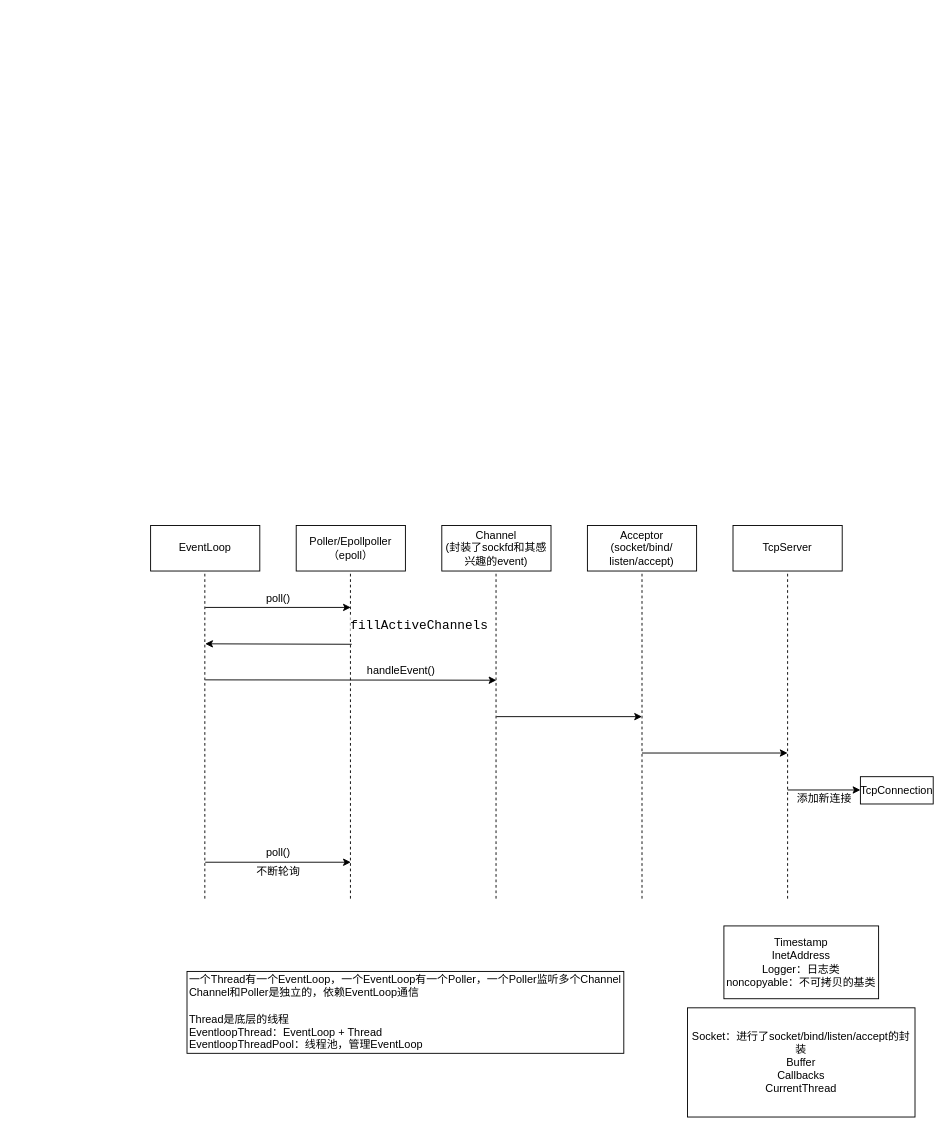
This is Untitled Diagram.drawio from princeh23/mymuduo, a draw.io file, before an edit. Source tidied: cells renumbered, new cells numbered last; positions are measured from the earlier drawing's top-left corner, leaving out a move shared by most shapes. Both pictures are drawn from the tidied source at 91%, with x=0, y=0 at pixel (150, 525).
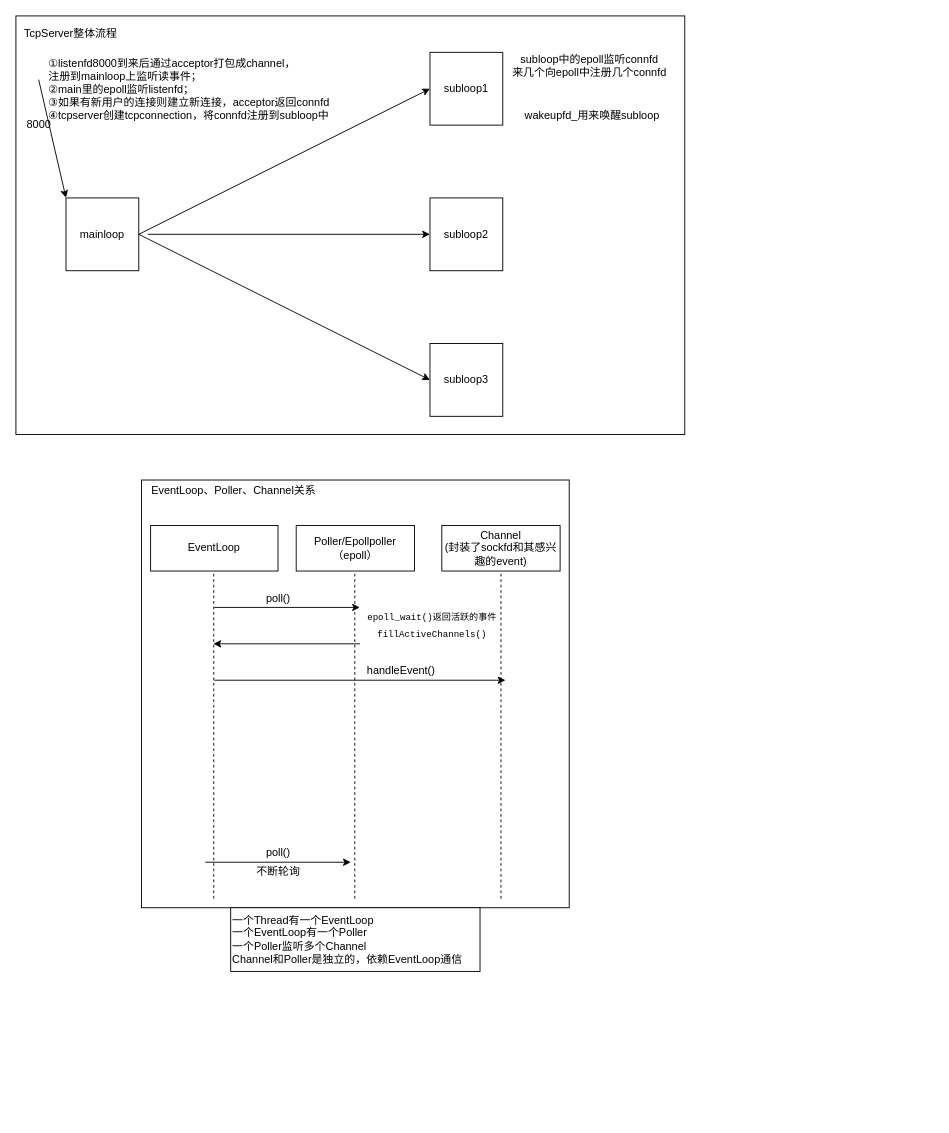
Above is the later version.

Change to the diagram source:
```diff
@@
+    <mxCell id="29" style="rounded=0;whiteSpace=wrap;html=1;" parent="1" vertex="1">
+      <mxGeometry x="-10" y="-50" width="470" height="470" as="geometry" />
+    </mxCell>
+    <mxCell id="28" value="&lt;div style=&quot;background-color: rgb(255 , 255 , 255) ; font-family: &amp;#34;consolas&amp;#34; , &amp;#34;courier new&amp;#34; , monospace ; line-height: 19px&quot;&gt;&lt;font style=&quot;font-size: 10px&quot;&gt;epoll_wait()返回活跃的事件&lt;/font&gt;&lt;/div&gt;&lt;div style=&quot;background-color: rgb(255 , 255 , 255) ; font-family: &amp;#34;consolas&amp;#34; , &amp;#34;courier new&amp;#34; , monospace ; line-height: 19px&quot;&gt;&lt;span style=&quot;font-size: 10px&quot;&gt;fillActiveChannels()&lt;/span&gt;&lt;/div&gt;" style="text;html=1;align=center;verticalAlign=middle;fillColor=none;strokeColor=none;rounded=0;" parent="1" vertex="1">
+      <mxGeometry x="219" y="90" width="180" height="40" as="geometry" />
+    </mxCell>
+    <mxCell id="30" style="rounded=0;whiteSpace=wrap;html=1;" parent="1" vertex="1">
+      <mxGeometry x="-148" y="-560" width="735" height="460" as="geometry" />
+    </mxCell>
     <mxCell id="2" value="EventLoop" style="rounded=0;whiteSpace=wrap;html=1;" parent="1" vertex="1">
-      <mxGeometry width="120" height="50" as="geometry" />
+      <mxGeometry width="140" height="50" as="geometry" />
     </mxCell>
     <mxCell id="3" value="Poller/Epollpoller（epoll）" style="rounded=0;whiteSpace=wrap;html=1;" parent="1" vertex="1">
-      <mxGeometry x="160" width="120" height="50" as="geometry" />
+      <mxGeometry x="160" width="130" height="50" as="geometry" />
     </mxCell>
     <mxCell id="4" value="Channel&lt;br&gt;(&lt;span style=&quot;background-color: rgb(255 , 255 , 255)&quot;&gt;&lt;font style=&quot;font-size: 12px&quot;&gt;封装了sockfd和其感兴趣的event&lt;/font&gt;&lt;/span&gt;&lt;span&gt;)&lt;/span&gt;" style="rounded=0;whiteSpace=wrap;html=1;" parent="1" vertex="1">
-      <mxGeometry x="320" width="120" height="50" as="geometry" />
+      <mxGeometry x="320" width="130" height="50" as="geometry" />
     </mxCell>
     <mxCell id="5" style="endArrow=none;dashed=1;html=1;rounded=0;entryX=0.5;entryY=1;entryDx=0;entryDy=0;" parent="1" edge="1">
       <mxGeometry relative="1" as="geometry">
-        <mxPoint x="379.6" y="410" as="sourcePoint" />
-        <mxPoint x="379.6" y="50" as="targetPoint" />
+        <mxPoint x="385" y="410" as="sourcePoint" />
+        <mxPoint x="385" y="50" as="targetPoint" />
       </mxGeometry>
     </mxCell>
     <mxCell id="6" style="endArrow=none;dashed=1;html=1;rounded=0;entryX=0.5;entryY=1;entryDx=0;entryDy=0;" parent="1" edge="1">
       <mxGeometry relative="1" as="geometry">
-        <mxPoint x="59.6" y="410" as="sourcePoint" />
-        <mxPoint x="59.6" y="50" as="targetPoint" />
+        <mxPoint x="69.4" y="410" as="sourcePoint" />
+        <mxPoint x="69.4" y="50" as="targetPoint" />
       </mxGeometry>
     </mxCell>
     <mxCell id="7" style="endArrow=none;dashed=1;html=1;rounded=0;entryX=0.5;entryY=1;entryDx=0;entryDy=0;" parent="1" edge="1">
       <mxGeometry relative="1" as="geometry">
-        <mxPoint x="219.6" y="410" as="sourcePoint" />
-        <mxPoint x="219.6" y="50" as="targetPoint" />
+        <mxPoint x="224.4" y="410" as="sourcePoint" />
+        <mxPoint x="224.4" y="50" as="targetPoint" />
       </mxGeometry>
     </mxCell>
     <mxCell id="8" style="endArrow=classic;html=1;rounded=0;" parent="1" edge="1">
       <mxGeometry relative="1" as="geometry">
-        <mxPoint x="60" y="90" as="sourcePoint" />
-        <mxPoint x="220" y="90" as="targetPoint" />
+        <mxPoint x="70" y="90" as="sourcePoint" />
+        <mxPoint x="230" y="90" as="targetPoint" />
       </mxGeometry>
     </mxCell>
@@
     <mxCell id="10" style="endArrow=classic;html=1;rounded=0;" parent="1" edge="1">
       <mxGeometry relative="1" as="geometry">
-        <mxPoint x="221" y="130.5" as="sourcePoint" />
-        <mxPoint x="60" y="130" as="targetPoint" />
+        <mxPoint x="230" y="130" as="sourcePoint" />
+        <mxPoint x="69" y="130" as="targetPoint" />
       </mxGeometry>
     </mxCell>
     <mxCell id="11" style="endArrow=classic;html=1;rounded=0;" parent="1" edge="1">
       <mxGeometry relative="1" as="geometry">
-        <mxPoint x="60" y="169.6" as="sourcePoint" />
-        <mxPoint x="380" y="170" as="targetPoint" />
+        <mxPoint x="70" y="170" as="sourcePoint" />
+        <mxPoint x="390" y="170" as="targetPoint" />
       </mxGeometry>
     </mxCell>
-    <mxCell id="12" value="Acceptor&lt;br&gt;(socket/bind/&lt;br&gt;listen/accept)" style="rounded=0;whiteSpace=wrap;html=1;" parent="1" vertex="1">
-      <mxGeometry x="480" width="120" height="50" as="geometry" />
-    </mxCell>
-    <mxCell id="13" style="endArrow=classic;html=1;rounded=0;" parent="1" edge="1">
-      <mxGeometry relative="1" as="geometry">
-        <mxPoint x="380" y="210" as="sourcePoint" />
-        <mxPoint x="540" y="210" as="targetPoint" />
-      </mxGeometry>
-    </mxCell>
-    <mxCell id="14" style="endArrow=none;dashed=1;html=1;rounded=0;entryX=0.5;entryY=1;entryDx=0;entryDy=0;" parent="1" edge="1">
-      <mxGeometry relative="1" as="geometry">
-        <mxPoint x="540" y="410" as="sourcePoint" />
-        <mxPoint x="540" y="50" as="targetPoint" />
-      </mxGeometry>
-    </mxCell>
-    <mxCell id="15" value="TcpServer" style="rounded=0;whiteSpace=wrap;html=1;" parent="1" vertex="1">
-      <mxGeometry x="640" width="120" height="50" as="geometry" />
-    </mxCell>
-    <mxCell id="16" style="endArrow=none;dashed=1;html=1;rounded=0;entryX=0.5;entryY=1;entryDx=0;entryDy=0;" parent="1" edge="1">
-      <mxGeometry relative="1" as="geometry">
-        <mxPoint x="700" y="410" as="sourcePoint" />
-        <mxPoint x="700" y="50" as="targetPoint" />
-      </mxGeometry>
-    </mxCell>
@@
-    <mxCell id="20" style="endArrow=classic;html=1;rounded=0;" parent="1" edge="1">
-      <mxGeometry relative="1" as="geometry">
-        <mxPoint x="540" y="250" as="sourcePoint" />
-        <mxPoint x="700" y="250" as="targetPoint" />
-      </mxGeometry>
-    </mxCell>
-    <mxCell id="21" style="endArrow=classic;html=1;rounded=0;" parent="1" edge="1">
-      <mxGeometry relative="1" as="geometry">
-        <mxPoint x="700" y="290.6" as="sourcePoint" />
-        <mxPoint x="780" y="290.6" as="targetPoint" />
-      </mxGeometry>
-    </mxCell>
-    <mxCell id="22" value="TcpConnection" style="rounded=0;whiteSpace=wrap;html=1;" parent="1" vertex="1">
-      <mxGeometry x="780" y="276" width="80" height="30" as="geometry" />
-    </mxCell>
-    <mxCell id="23" value="添加新连接" style="text;html=1;align=center;verticalAlign=middle;fillColor=none;strokeColor=none;rounded=0;" parent="1" vertex="1">
-      <mxGeometry x="700" y="290" width="80" height="20" as="geometry" />
-    </mxCell>
-    <mxCell id="24" value="Timestamp&lt;br&gt;InetAddress&lt;br&gt;Logger：日志类&lt;br&gt;noncopyable：不可拷贝的基类" style="rounded=0;whiteSpace=wrap;html=1;" parent="1" vertex="1">
-      <mxGeometry x="630" y="440" width="170" height="80" as="geometry" />
-    </mxCell>
@@
-    <mxCell id="26" value="Socket：进行了socket/bind/listen/accept的封装&lt;br&gt;Buffer&lt;br&gt;Callbacks&lt;br&gt;CurrentThread" style="rounded=0;whiteSpace=wrap;html=1;" parent="1" vertex="1">
-      <mxGeometry x="590" y="530" width="250" height="120" as="geometry" />
-    </mxCell>
-    <mxCell id="27" value="&lt;div style=&quot;text-align: left&quot;&gt;&lt;span&gt;一个Thread有一个EventLoop，一个EventLoop有一个Poller，一个Poller监听多个Channel&lt;/span&gt;&lt;/div&gt;&lt;div style=&quot;text-align: left&quot;&gt;&lt;span&gt;Channel和Poller是独立的，依赖EventLoop通信&lt;/span&gt;&lt;/div&gt;&lt;div style=&quot;text-align: left&quot;&gt;&lt;span&gt;&lt;br&gt;&lt;/span&gt;&lt;/div&gt;&lt;div style=&quot;text-align: left&quot;&gt;Thread是底层的线程&lt;/div&gt;&lt;div style=&quot;text-align: left&quot;&gt;EventloopThread：EventLoop + Thread&amp;nbsp;&lt;/div&gt;&lt;div style=&quot;text-align: left&quot;&gt;EventloopThreadPool：线程池，管理EventLoop&lt;/div&gt;" style="rounded=0;whiteSpace=wrap;html=1;" parent="1" vertex="1">
-      <mxGeometry x="40" y="490" width="480" height="90" as="geometry" />
+    <mxCell id="27" value="&lt;div&gt;&lt;span&gt;一个Thread有一个EventLoop&lt;/span&gt;&lt;/div&gt;&lt;div&gt;&lt;span&gt;一个EventLoop有一个Poller&lt;/span&gt;&lt;/div&gt;&lt;div&gt;&lt;span&gt;一个Poller监听多个Channel&lt;/span&gt;&lt;/div&gt;&lt;div&gt;&lt;span&gt;Channel和Poller是独立的，依赖EventLoop通信&lt;/span&gt;&lt;/div&gt;" style="rounded=0;whiteSpace=wrap;html=1;align=left;" parent="1" vertex="1">
+      <mxGeometry x="88" y="420" width="274" height="70" as="geometry" />
     </mxCell>
-    <mxCell id="28" value="&lt;div style=&quot;background-color: rgb(255 , 255 , 255) ; font-family: &amp;#34;consolas&amp;#34; , &amp;#34;courier new&amp;#34; , monospace ; font-size: 14px ; line-height: 19px&quot;&gt;fillActiveChannels&lt;/div&gt;" style="text;html=1;align=center;verticalAlign=middle;fillColor=none;strokeColor=none;rounded=0;" parent="1" vertex="1">
-      <mxGeometry x="220" y="100" width="150" height="20" as="geometry" />
-    </mxCell>
+    <mxCell id="31" value="TcpServer整体流程" style="text;html=1;align=center;verticalAlign=middle;fillColor=none;strokeColor=none;rounded=0;" parent="1" vertex="1">
+      <mxGeometry x="-148" y="-550" width="120" height="20" as="geometry" />
+    </mxCell>
+    <mxCell id="32" value="mainloop" style="whiteSpace=wrap;html=1;" parent="1" vertex="1">
+      <mxGeometry x="-93" y="-360" width="80" height="80" as="geometry" />
+    </mxCell>
+    <mxCell id="33" value="subloop1" style="whiteSpace=wrap;html=1;" parent="1" vertex="1">
+      <mxGeometry x="307" y="-520" width="80" height="80" as="geometry" />
+    </mxCell>
+    <mxCell id="34" style="endArrow=classic;html=1;rounded=0;entryX=0;entryY=0;entryDx=0;entryDy=0;" parent="1" edge="1" target="32">
+      <mxGeometry relative="1" as="geometry">
+        <mxPoint x="-123" y="-490" as="sourcePoint" />
+      </mxGeometry>
+    </mxCell>
+    <mxCell id="35" value="①listenfd8000到来后通过acceptor打包成channel，&lt;br&gt;注册到mainloop上监听读事件；&lt;br&gt;②main里的epoll监听listenfd；&lt;br&gt;③如果有新用户的连接则建立新连接，acceptor返回connfd&lt;br&gt;④tcpserver创建tcpconnection，将connfd注册到subloop中" style="text;html=1;align=left;verticalAlign=middle;strokeColor=none;fillColor=none;" parent="1" vertex="1">
+      <mxGeometry x="-114" y="-519" width="330" height="80" as="geometry" />
+    </mxCell>
+    <mxCell id="36" value="subloop2&lt;br&gt;" style="whiteSpace=wrap;html=1;" parent="1" vertex="1">
+      <mxGeometry x="307" y="-360" width="80" height="80" as="geometry" />
+    </mxCell>
+    <mxCell id="37" value="subloop3&lt;br&gt;" style="whiteSpace=wrap;html=1;" parent="1" vertex="1">
+      <mxGeometry x="307" y="-200" width="80" height="80" as="geometry" />
+    </mxCell>
+    <mxCell id="38" value="subloop中的epoll监听connfd&lt;br&gt;来几个向epoll中注册几个connfd" style="text;html=1;align=center;verticalAlign=middle;strokeColor=none;fillColor=none;" parent="1" vertex="1">
+      <mxGeometry x="387" y="-520" width="190" height="30" as="geometry" />
+    </mxCell>
+    <mxCell id="39" value="8000&lt;br&gt;" style="text;html=1;align=center;verticalAlign=middle;strokeColor=none;fillColor=none;" parent="1" vertex="1">
+      <mxGeometry x="-143" y="-450" width="40" height="20" as="geometry" />
+    </mxCell>
+    <mxCell id="40" style="endArrow=classic;html=1;rounded=0;exitX=1;exitY=0.5;exitDx=0;exitDy=0;entryX=0;entryY=0.5;entryDx=0;entryDy=0;" parent="1" edge="1" source="32" target="33">
+      <mxGeometry relative="1" as="geometry" />
+    </mxCell>
+    <mxCell id="41" style="endArrow=classic;html=1;rounded=0;entryX=0;entryY=0.5;entryDx=0;entryDy=0;" parent="1" edge="1" target="36">
+      <mxGeometry relative="1" as="geometry">
+        <mxPoint x="-3" y="-320" as="sourcePoint" />
+      </mxGeometry>
+    </mxCell>
+    <mxCell id="42" style="endArrow=classic;html=1;rounded=0;exitX=1;exitY=0.5;exitDx=0;exitDy=0;entryX=0;entryY=0.5;entryDx=0;entryDy=0;" parent="1" edge="1" source="32" target="37">
+      <mxGeometry relative="1" as="geometry" />
+    </mxCell>
+    <mxCell id="43" value="wakeupfd_用来唤醒subloop" style="text;html=1;align=center;verticalAlign=middle;strokeColor=none;fillColor=none;" parent="1" vertex="1">
+      <mxGeometry x="405" y="-460" width="160" height="20" as="geometry" />
+    </mxCell>
+    <mxCell id="44" value="EventLoop、Poller、Channel关系" style="text;html=1;align=center;verticalAlign=middle;strokeColor=none;fillColor=none;" parent="1" vertex="1">
+      <mxGeometry x="-9" y="-48" width="200" height="20" as="geometry" />
+    </mxCell>
```
